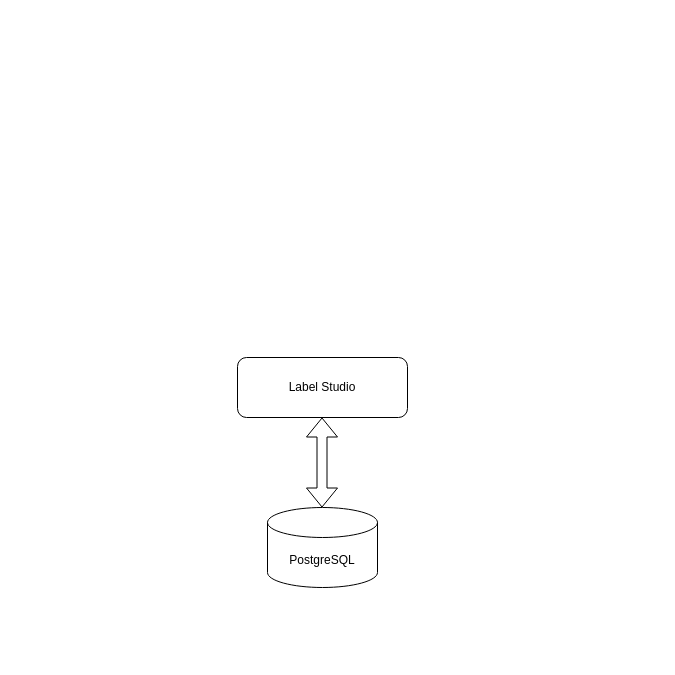
Earlier version of the draw.io diagram Untitled Diagram.drawio (ScottLuo42/AT_EXPERIMENTS). Source tidied: cells renumbered, new cells numbered last; positions are measured from the earlier drawing's top-left corner, leaving out a move shared by most shapes. Both pictures are drawn from the tidied source at 100%, with x=0, y=0 at pixel (237, 357).
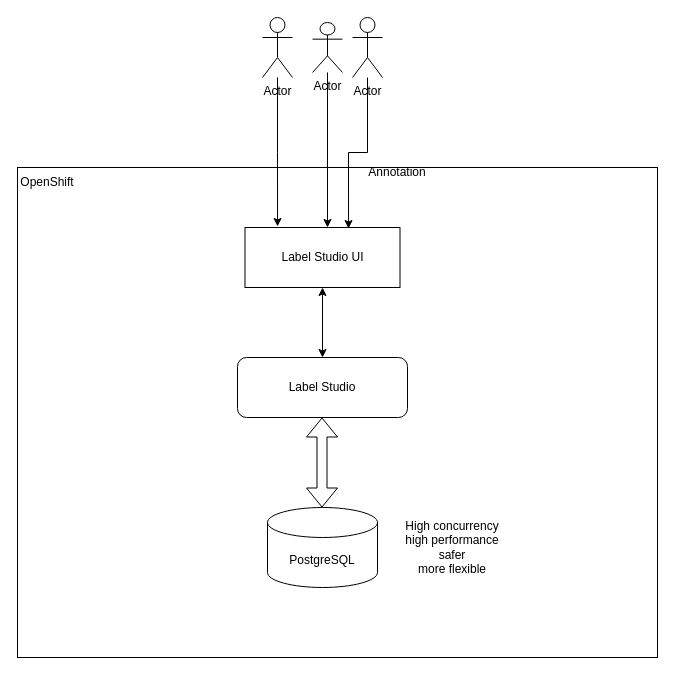
The same page after the edit.

What changed in the source:
```diff
@@
 <mxGraphModel>
   <root>
     <mxCell id="0" />
     <mxCell id="1" parent="0" />
+    <mxCell id="5" style="rounded=0;whiteSpace=wrap;html=1;fillColor=none;" parent="1" vertex="1">
+      <mxGeometry x="-220" y="-190" width="640" height="490" as="geometry" />
+    </mxCell>
     <mxCell id="2" value="Label Studio" style="rounded=1;whiteSpace=wrap;html=1;" parent="1" vertex="1">
       <mxGeometry width="170" height="60" as="geometry" />
     </mxCell>
     <mxCell id="3" value="PostgreSQL" style="shape=cylinder3;whiteSpace=wrap;html=1;boundedLbl=1;backgroundOutline=1;size=15;" parent="1" vertex="1">
       <mxGeometry x="30" y="150" width="110" height="80" as="geometry" />
     </mxCell>
     <mxCell id="4" style="shape=flexArrow;endArrow=classic;startArrow=classic;html=1;rounded=0;entryX=0.5;entryY=1;entryDx=0;entryDy=0;exitX=0.5;exitY=0;exitDx=0;exitDy=0;exitPerimeter=0;" parent="1" edge="1">
       <mxGeometry relative="1" as="geometry">
         <mxPoint x="84.5" y="150" as="sourcePoint" />
         <mxPoint x="84.5" y="60" as="targetPoint" />
       </mxGeometry>
     </mxCell>
+    <mxCell id="6" value="&lt;div&gt;High concurrency&lt;/div&gt;&lt;div&gt;high performance&lt;/div&gt;&lt;div&gt;safer&lt;/div&gt;&lt;div&gt;more flexible&lt;/div&gt;" style="text;html=1;align=center;verticalAlign=middle;whiteSpace=wrap;rounded=0;" parent="1" vertex="1">
+      <mxGeometry x="140" y="155" width="150" height="70" as="geometry" />
+    </mxCell>
+    <mxCell id="7" style="edgeStyle=orthogonalEdgeStyle;rounded=0;jettySize=auto;html=1;" parent="1" edge="1" source="8">
+      <mxGeometry relative="1" as="geometry">
+        <mxPoint x="90" y="-130" as="targetPoint" />
+      </mxGeometry>
+    </mxCell>
+    <mxCell id="8" value="Actor" style="shape=umlActor;verticalLabelPosition=bottom;verticalAlign=top;html=1;outlineConnect=0;" parent="1" vertex="1">
+      <mxGeometry x="75" y="-335" width="30" height="50" as="geometry" />
+    </mxCell>
+    <mxCell id="9" value="Actor" style="shape=umlActor;verticalLabelPosition=bottom;verticalAlign=top;html=1;outlineConnect=0;" parent="1" vertex="1">
+      <mxGeometry x="115" y="-340" width="30" height="60" as="geometry" />
+    </mxCell>
+    <mxCell id="10" value="Actor" style="shape=umlActor;verticalLabelPosition=bottom;verticalAlign=top;html=1;outlineConnect=0;" parent="1" vertex="1">
+      <mxGeometry x="25" y="-340" width="30" height="60" as="geometry" />
+    </mxCell>
+    <mxCell id="11" style="edgeStyle=orthogonalEdgeStyle;rounded=0;jettySize=auto;html=1;entryX=0.21;entryY=-0.017;entryDx=0;entryDy=0;entryPerimeter=0;" parent="1" edge="1" source="10" target="13">
+      <mxGeometry relative="1" as="geometry" />
+    </mxCell>
+    <mxCell id="12" style="edgeStyle=orthogonalEdgeStyle;rounded=0;jettySize=auto;html=1;entryX=0.668;entryY=0.017;entryDx=0;entryDy=0;entryPerimeter=0;" parent="1" edge="1" source="9" target="13">
+      <mxGeometry relative="1" as="geometry" />
+    </mxCell>
+    <mxCell id="13" value="Label Studio UI" style="rounded=0;whiteSpace=wrap;html=1;" parent="1" vertex="1">
+      <mxGeometry x="7.5" y="-130" width="155" height="60" as="geometry" />
+    </mxCell>
+    <mxCell id="14" value="Annotation" style="text;html=1;align=center;verticalAlign=middle;whiteSpace=wrap;rounded=0;" parent="1" vertex="1">
+      <mxGeometry x="130" y="-200" width="60" height="30" as="geometry" />
+    </mxCell>
+    <mxCell id="15" value="OpenShift" style="text;html=1;align=center;verticalAlign=middle;whiteSpace=wrap;rounded=0;" parent="1" vertex="1">
+      <mxGeometry x="-220" y="-190" width="60" height="30" as="geometry" />
+    </mxCell>
+    <mxCell id="16" style="endArrow=classic;startArrow=classic;html=1;rounded=0;entryX=0.5;entryY=1;entryDx=0;entryDy=0;exitX=0.5;exitY=0;exitDx=0;exitDy=0;" parent="1" edge="1" source="2" target="13">
+      <mxGeometry relative="1" as="geometry" />
+    </mxCell>
   </root>
 </mxGraphModel>
```
